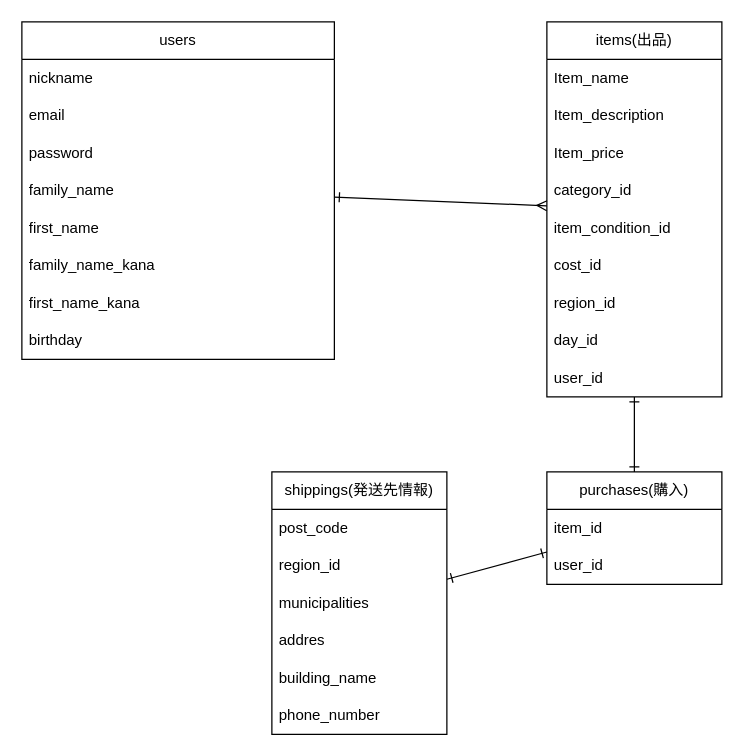
The draw.io diagram furima.drawio in Kenyy0804/furima-40392, before the edit. Source tidied: cells renumbered, new cells numbered last; positions are measured from the earlier drawing's top-left corner, leaving out a move shared by most shapes. Both pictures are drawn from the tidied source at 125%, with x=0, y=0 at pixel (21, 21).
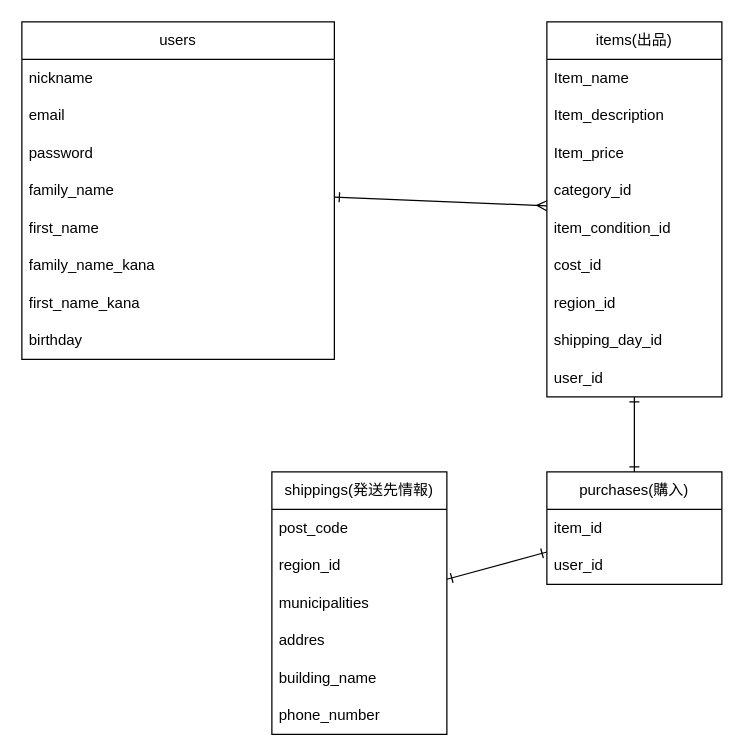
The same diagram, later.

Commit message (it also covers changes not shown here):
DB設計の修正３

The change refers to these unchanged cells:
```xml
<mxCell id="12" value="items(出品)" style="swimlane;fontStyle=0;horizontal=1;startSize=30;whiteSpace=wrap;html=1;" parent="1" vertex="1">
  <mxGeometry x="420" width="140" height="300" as="geometry" />
</mxCell>
```

Change to the diagram source:
```diff
@@
-    <mxCell id="20" value="day_id" style="text;strokeColor=none;fillColor=none;align=left;verticalAlign=middle;spacingLeft=4;spacingRight=4;overflow=hidden;whiteSpace=wrap;html=1;" parent="12" vertex="1">
+    <mxCell id="20" value="shipping_day_id" style="text;strokeColor=none;fillColor=none;align=left;verticalAlign=middle;spacingLeft=4;spacingRight=4;overflow=hidden;whiteSpace=wrap;html=1;" parent="12" vertex="1">
       <mxGeometry y="240" width="140" height="30" as="geometry" />
     </mxCell>
```
